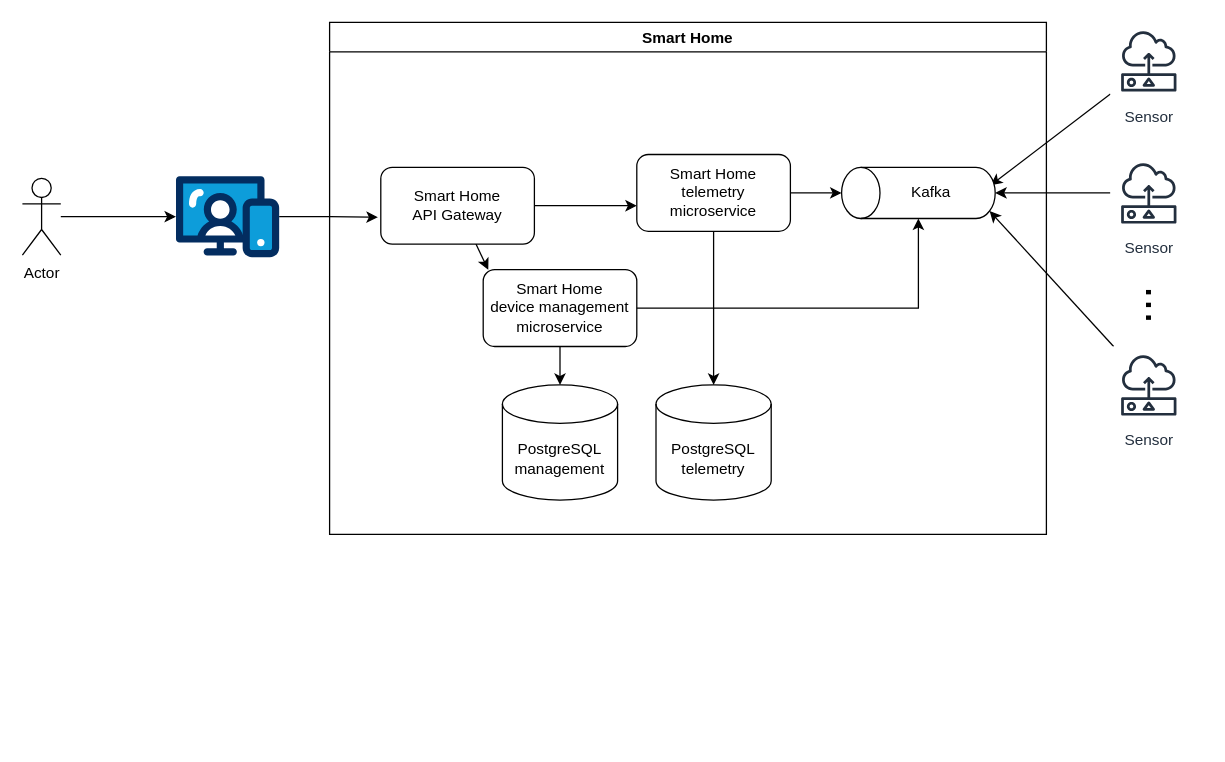
Earlier version of the draw.io diagram docs/smart-home-microservices-architecture-subtask-1-2.drawio (vskurikhin/architecture-sprint-3). Source tidied: cells renumbered, new cells numbered last; positions are measured from the earlier drawing's top-left corner, leaving out a move shared by most shapes. Both pictures are drawn from the tidied source at 128%, with x=0, y=0 at pixel (22, 22).
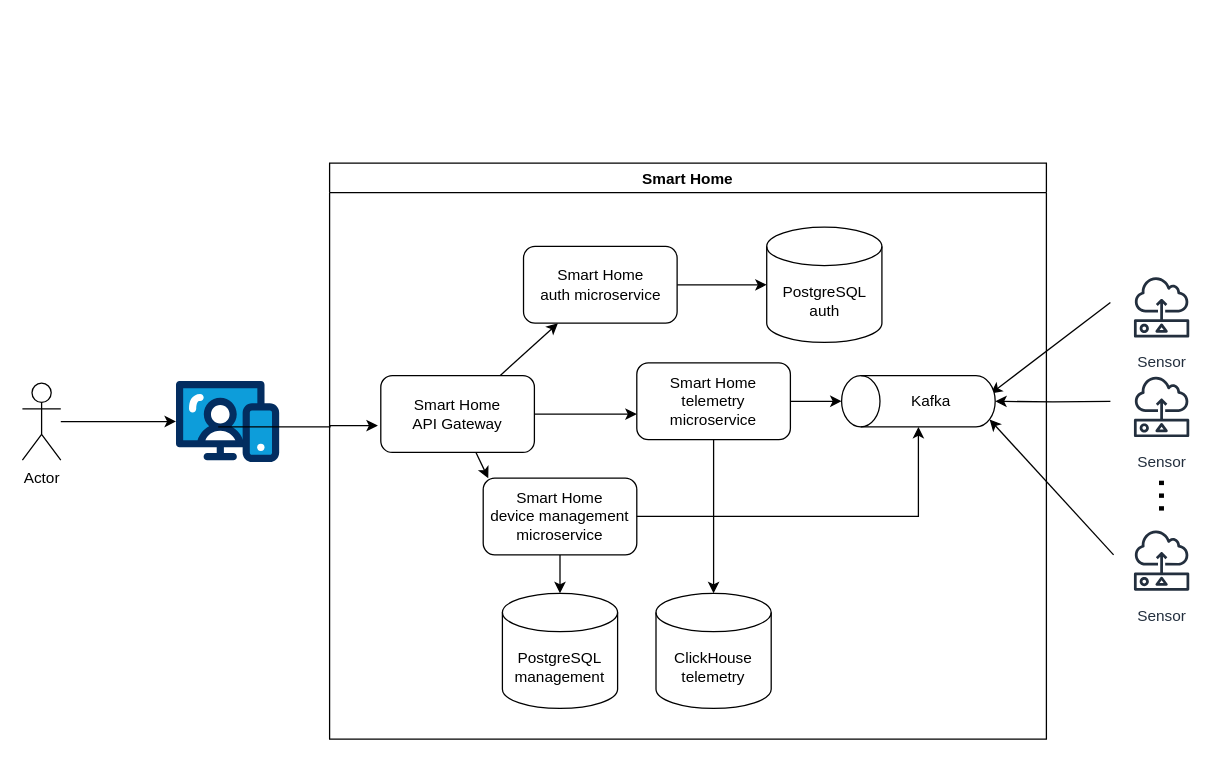
The same page after the edit.

The change refers to these unchanged cells:
```xml
<mxCell id="19" style="shape=cylinder3;whiteSpace=wrap;html=1;boundedLbl=1;backgroundOutline=1;size=15;strokeColor=default;align=center;verticalAlign=middle;fontFamily=Helvetica;fontSize=12;fontColor=default;fillColor=default;rotation=-90;" parent="18" vertex="1">
  <mxGeometry x="40" y="-40" width="40" height="120" as="geometry" />
</mxCell>
```

Diff of the diagram source:
```diff
@@
     <mxCell id="3" value="Actor" style="shape=umlActor;verticalLabelPosition=bottom;verticalAlign=top;html=1;outlineConnect=0;" parent="1" vertex="1">
-      <mxGeometry y="121.8" width="30" height="60" as="geometry" />
+      <mxGeometry y="281.9" width="30" height="60" as="geometry" />
     </mxCell>
     <mxCell id="4" style="verticalLabelPosition=bottom;html=1;shape=mxgraph.salesforce.web;" parent="1" vertex="1">
-      <mxGeometry x="120" y="120" width="80.6" height="63.7" as="geometry" />
+      <mxGeometry x="120" y="280" width="80.6" height="63.7" as="geometry" />
     </mxCell>
     <mxCell id="5" value="Smart Home" style="swimlane;" parent="1" vertex="1">
-      <mxGeometry x="240" width="560" height="400" as="geometry" />
+      <mxGeometry x="240" y="110" width="560" height="450" as="geometry" />
     </mxCell>
-    <mxCell id="6" value="PostgreSQL&lt;br&gt;telemetry" style="shape=cylinder3;whiteSpace=wrap;html=1;boundedLbl=1;backgroundOutline=1;size=15;strokeColor=default;align=center;verticalAlign=middle;fontFamily=Helvetica;fontSize=12;fontColor=default;fillColor=default;" parent="5" vertex="1">
-      <mxGeometry x="255" y="283.2" width="90" height="90" as="geometry" />
+    <mxCell id="6" value="Cli&lt;span style=&quot;background-color: initial;&quot;&gt;ckHouse&lt;/span&gt;&lt;div&gt;telemetry&lt;/div&gt;" style="shape=cylinder3;whiteSpace=wrap;html=1;boundedLbl=1;backgroundOutline=1;size=15;strokeColor=default;align=center;verticalAlign=middle;fontFamily=Helvetica;fontSize=12;fontColor=default;fillColor=default;" parent="5" vertex="1">
+      <mxGeometry x="255" y="336" width="90" height="90" as="geometry" />
     </mxCell>
     <mxCell id="7" value="PostgreSQL&lt;br&gt;management" style="shape=cylinder3;whiteSpace=wrap;html=1;boundedLbl=1;backgroundOutline=1;size=15;strokeColor=default;align=center;verticalAlign=middle;fontFamily=Helvetica;fontSize=12;fontColor=default;fillColor=default;" parent="5" vertex="1">
-      <mxGeometry x="135" y="283.2" width="90" height="90" as="geometry" />
+      <mxGeometry x="135" y="336" width="90" height="90" as="geometry" />
     </mxCell>
@@
     <mxCell id="9" value="Smart Home&lt;br&gt;device management microservice" style="rounded=1;whiteSpace=wrap;html=1;" parent="5" vertex="1">
-      <mxGeometry x="120" y="193.2" width="120" height="60" as="geometry" />
+      <mxGeometry x="120" y="246" width="120" height="60" as="geometry" />
     </mxCell>
     <mxCell id="10" style="rounded=0;jettySize=auto;html=1;entryX=0.65;entryY=0.971;entryDx=0;entryDy=0;entryPerimeter=0;" parent="5" edge="1" target="19">
       <mxGeometry relative="1" as="geometry">
-        <mxPoint x="610" y="56" as="sourcePoint" />
+        <mxPoint x="610" y="108.8" as="sourcePoint" />
       </mxGeometry>
     </mxCell>
-    <mxCell id="11" style="edgeStyle=orthogonalEdgeStyle;rounded=0;jettySize=auto;html=1;" parent="5" edge="1" source="12" target="19">
-      <mxGeometry relative="1" as="geometry" />
+    <mxCell id="11" style="edgeStyle=orthogonalEdgeStyle;rounded=0;jettySize=auto;html=1;" parent="5" edge="1" target="19">
+      <mxGeometry relative="1" as="geometry">
+        <mxPoint x="610" y="186" as="sourcePoint" />
+      </mxGeometry>
     </mxCell>
-    <mxCell id="12" value="Sensor" style="sketch=0;outlineConnect=0;fontColor=#232F3E;gradientColor=none;strokeColor=#232F3E;fillColor=#ffffff;dashed=0;verticalLabelPosition=bottom;verticalAlign=top;align=center;html=1;fontSize=12;fontStyle=0;shape=mxgraph.aws4.resourceIcon;resIcon=mxgraph.aws4.sensor;fontFamily=Helvetica;" parent="5" vertex="1">
-      <mxGeometry x="610" y="103.2" width="60" height="60" as="geometry" />
-    </mxCell>
-    <mxCell id="13" style="rounded=0;jettySize=auto;html=1;entryX=0.145;entryY=1;entryDx=0;entryDy=-4.35;entryPerimeter=0;" parent="5" edge="1" source="14" target="19">
-      <mxGeometry relative="1" as="geometry" />
+    <mxCell id="13" style="rounded=0;jettySize=auto;html=1;entryX=0.145;entryY=1;entryDx=0;entryDy=-4.35;entryPerimeter=0;" parent="5" edge="1" target="19">
+      <mxGeometry relative="1" as="geometry">
+        <mxPoint x="612.5" y="306" as="sourcePoint" />
+      </mxGeometry>
     </mxCell>
-    <mxCell id="14" value="Sensor" style="sketch=0;outlineConnect=0;fontColor=#232F3E;gradientColor=none;strokeColor=#232F3E;fillColor=#ffffff;dashed=0;verticalLabelPosition=bottom;verticalAlign=top;align=center;html=1;fontSize=12;fontStyle=0;shape=mxgraph.aws4.resourceIcon;resIcon=mxgraph.aws4.sensor;fontFamily=Helvetica;" parent="5" vertex="1">
-      <mxGeometry x="610" y="253.2" width="60" height="60" as="geometry" />
-    </mxCell>
-    <mxCell id="15" value="..." style="text;html=1;align=center;verticalAlign=middle;whiteSpace=wrap;rounded=0;rotation=90;fontSize=36;" parent="5" vertex="1">
-      <mxGeometry x="621" y="206.2" width="60" height="30" as="geometry" />
-    </mxCell>
@@
     <mxCell id="17" value="Smart Home&lt;br&gt;telemetry microservice" style="rounded=1;whiteSpace=wrap;html=1;" parent="5" vertex="1">
-      <mxGeometry x="240" y="103.2" width="120" height="60" as="geometry" />
+      <mxGeometry x="240" y="156" width="120" height="60" as="geometry" />
     </mxCell>
     <mxCell id="18" style="group;" parent="5" vertex="1">
-      <mxGeometry x="400" y="113.2" width="120" height="40" as="geometry" />
+      <mxGeometry x="400" y="166" width="120" height="40" as="geometry" />
     </mxCell>
@@
+    <mxCell id="28" style="rounded=0;jettySize=auto;html=1;" parent="5" edge="1" source="23" target="30">
+      <mxGeometry relative="1" as="geometry" />
+    </mxCell>
     <mxCell id="23" value="Smart Home&lt;br&gt;API Gateway" style="rounded=1;whiteSpace=wrap;html=1;" parent="5" vertex="1">
-      <mxGeometry x="40" y="113.2" width="120" height="60" as="geometry" />
+      <mxGeometry x="40" y="166" width="120" height="60" as="geometry" />
     </mxCell>
@@
+    <mxCell id="29" style="edgeStyle=orthogonalEdgeStyle;rounded=0;jettySize=auto;html=1;" parent="5" edge="1" source="30" target="31">
+      <mxGeometry relative="1" as="geometry" />
+    </mxCell>
+    <mxCell id="30" value="Smart Home&lt;br&gt;auth microservice" style="rounded=1;whiteSpace=wrap;html=1;" parent="5" vertex="1">
+      <mxGeometry x="151.5" y="65" width="120" height="60" as="geometry" />
+    </mxCell>
+    <mxCell id="31" value="PostgreSQL&lt;br&gt;auth" style="shape=cylinder3;whiteSpace=wrap;html=1;boundedLbl=1;backgroundOutline=1;size=15;strokeColor=default;align=center;verticalAlign=middle;fontFamily=Helvetica;fontSize=12;fontColor=default;fillColor=default;" parent="5" vertex="1">
+      <mxGeometry x="341.5" y="50" width="90" height="90" as="geometry" />
+    </mxCell>
-    <mxCell id="26" style="edgeStyle=orthogonalEdgeStyle;rounded=0;jettySize=auto;html=1;entryX=-0.019;entryY=0.65;entryDx=0;entryDy=0;entryPerimeter=0;" parent="1" edge="1" source="4" target="23">
+    <mxCell id="26" style="edgeStyle=orthogonalEdgeStyle;rounded=0;jettySize=auto;html=1;entryX=-0.019;entryY=0.65;entryDx=0;entryDy=0;entryPerimeter=0;exitX=0.409;exitY=0.566;exitDx=0;exitDy=0;exitPerimeter=0;" parent="1" edge="1" source="4" target="23">
       <mxGeometry relative="1" as="geometry" />
     </mxCell>
+    <mxCell id="12" value="Sensor" style="sketch=0;outlineConnect=0;fontColor=#232F3E;gradientColor=none;strokeColor=#232F3E;fillColor=#ffffff;dashed=0;verticalLabelPosition=bottom;verticalAlign=top;align=center;html=1;fontSize=12;fontStyle=0;shape=mxgraph.aws4.resourceIcon;resIcon=mxgraph.aws4.sensor;fontFamily=Helvetica;" parent="1" vertex="1">
+      <mxGeometry x="860" y="192.2" width="60" height="60" as="geometry" />
+    </mxCell>
+    <mxCell id="14" value="Sensor" style="sketch=0;outlineConnect=0;fontColor=#232F3E;gradientColor=none;strokeColor=#232F3E;fillColor=#ffffff;dashed=0;verticalLabelPosition=bottom;verticalAlign=top;align=center;html=1;fontSize=12;fontStyle=0;shape=mxgraph.aws4.resourceIcon;resIcon=mxgraph.aws4.sensor;fontFamily=Helvetica;" parent="1" vertex="1">
+      <mxGeometry x="860" y="390" width="60" height="60" as="geometry" />
+    </mxCell>
+    <mxCell id="15" value="..." style="text;html=1;align=center;verticalAlign=middle;whiteSpace=wrap;rounded=0;rotation=90;fontSize=36;" parent="1" vertex="1">
+      <mxGeometry x="871" y="355.2" width="60" height="30" as="geometry" />
+    </mxCell>
     <mxCell id="27" value="Sensor" style="sketch=0;fontColor=#232F3E;gradientColor=none;strokeColor=#232F3E;fillColor=#ffffff;dashed=0;verticalLabelPosition=bottom;verticalAlign=top;align=center;html=1;fontSize=12;fontStyle=0;shape=mxgraph.aws4.resourceIcon;resIcon=mxgraph.aws4.sensor;fontFamily=Helvetica;" parent="1" vertex="1">
-      <mxGeometry x="850" width="60" height="60" as="geometry" />
+      <mxGeometry x="860" y="270" width="60" height="60" as="geometry" />
     </mxCell>
```
